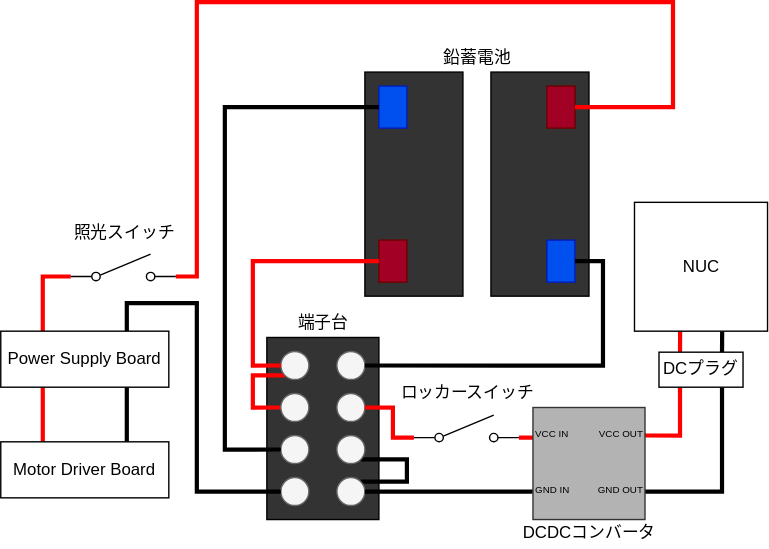
Earlier version of the draw.io export users_manual/images/electrical_connections.drawio.svg (fjnkt98/adamr2_docs). Source tidied: cells renumbered, new cells last; positions are measured from the earlier drawing's top-left corner, leaving out a move shared by most shapes.
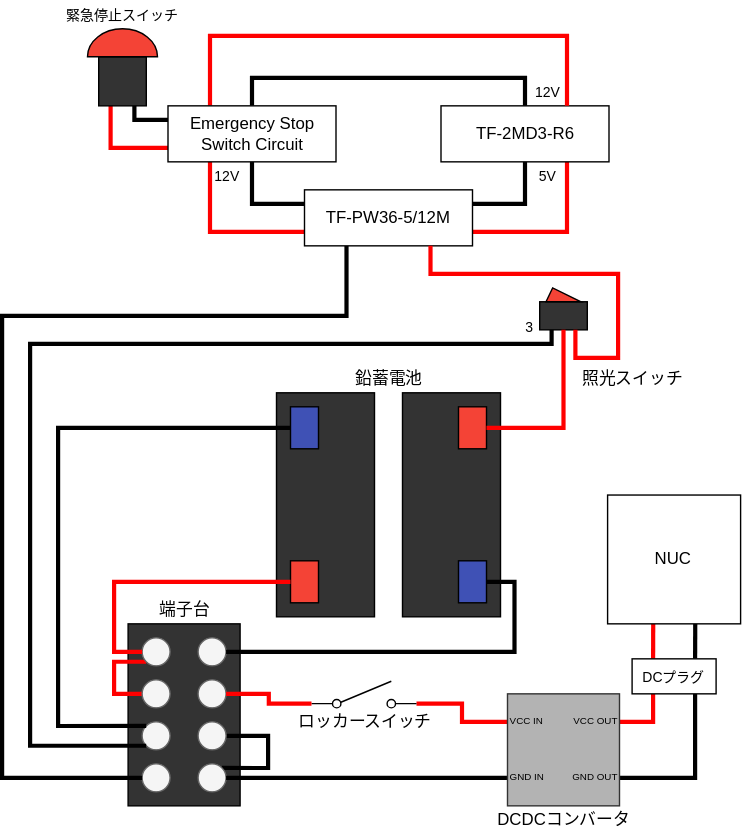
Later version of the same file.

Commit message:
Update: 接続図を最新の状態に更新

緊急停止スイッチ基板を追加し，レイアウトを調整してPDF画像に変更した

What changed in the source:
```diff
@@ -3,37 +3,37 @@
     <mxCell id="0" />
     <mxCell id="1" parent="0" />
     <mxCell id="2" value="鉛蓄電池" style="text;html=1;align=center;verticalAlign=middle;fillColor=none;strokeColor=none;rounded=0;" parent="1" vertex="1">
-      <mxGeometry x="310" y="30" width="60" height="20" as="geometry" />
+      <mxGeometry x="256" y="210" width="60" height="20" as="geometry" />
     </mxCell>
     <mxCell id="3" value="端子台" style="text;html=1;align=center;verticalAlign=middle;fillColor=none;strokeColor=none;rounded=0;" parent="1" vertex="1">
-      <mxGeometry x="205" y="219.5" width="50" height="20" as="geometry" />
+      <mxGeometry x="115" y="375" width="50" height="20" as="geometry" />
     </mxCell>
     <mxCell id="4" style="group;" parent="1" vertex="1">
-      <mxGeometry x="350" y="50" width="70" height="160" as="geometry" />
+      <mxGeometry x="296" y="230" width="70" height="160" as="geometry" />
     </mxCell>
     <mxCell id="5" style="whiteSpace=wrap;html=1;fillColor=#333333;" parent="4" vertex="1">
       <mxGeometry width="70" height="160" as="geometry" />
     </mxCell>
-    <mxCell id="6" style="whiteSpace=wrap;html=1;fillColor=#0050ef;strokeColor=#001DBC;fontColor=#ffffff;" parent="4" vertex="1">
+    <mxCell id="6" style="whiteSpace=wrap;html=1;fontColor=#ffffff;fillColor=#3F51B5;" parent="4" vertex="1">
       <mxGeometry x="40" y="120" width="20" height="30" as="geometry" />
     </mxCell>
-    <mxCell id="7" style="whiteSpace=wrap;html=1;fillColor=#a20025;strokeColor=#6F0000;fontColor=#ffffff;" parent="4" vertex="1">
+    <mxCell id="7" style="whiteSpace=wrap;html=1;fontColor=#ffffff;fillColor=#F44336;" parent="4" vertex="1">
       <mxGeometry x="40" y="10" width="20" height="30" as="geometry" />
     </mxCell>
     <mxCell id="8" style="group;" parent="1" vertex="1">
-      <mxGeometry x="260" y="50" width="70" height="160" as="geometry" />
+      <mxGeometry x="206" y="230" width="70" height="160" as="geometry" />
     </mxCell>
-    <mxCell id="9" style="whiteSpace=wrap;html=1;fillColor=#333333;rotation=-180;" parent="8" vertex="1">
+    <mxCell id="9" style="whiteSpace=wrap;html=1;rotation=-180;fillColor=#333333;" parent="8" vertex="1">
       <mxGeometry width="70" height="160" as="geometry" />
     </mxCell>
-    <mxCell id="10" style="whiteSpace=wrap;html=1;fillColor=#0050ef;strokeColor=#001DBC;fontColor=#ffffff;rotation=-180;" parent="8" vertex="1">
+    <mxCell id="10" style="whiteSpace=wrap;html=1;fontColor=#ffffff;rotation=-180;fillColor=#3F51B5;" parent="8" vertex="1">
       <mxGeometry x="10" y="10" width="20" height="30" as="geometry" />
     </mxCell>
-    <mxCell id="11" style="whiteSpace=wrap;html=1;fillColor=#a20025;strokeColor=#6F0000;fontColor=#ffffff;rotation=-180;" parent="8" vertex="1">
+    <mxCell id="11" style="whiteSpace=wrap;html=1;fontColor=#ffffff;rotation=-180;fillColor=#F44336;" parent="8" vertex="1">
       <mxGeometry x="10" y="120" width="20" height="30" as="geometry" />
     </mxCell>
     <mxCell id="12" style="group;" parent="1" vertex="1">
-      <mxGeometry x="190" y="239.5" width="80" height="130" as="geometry" />
+      <mxGeometry x="100" y="395" width="80" height="130" as="geometry" />
     </mxCell>
     <mxCell id="13" style="group;fillColor=#ffffff;" parent="12" vertex="1">
       <mxGeometry width="80" height="130" as="geometry" />
@@ -47,10 +47,10 @@
     <mxCell id="16" style="ellipse;whiteSpace=wrap;html=1;fillColor=#f5f5f5;strokeColor=#666666;fontColor=#333333;" parent="12" vertex="1">
       <mxGeometry x="50" y="40" width="20" height="20" as="geometry" />
     </mxCell>
-    <mxCell id="17" style="edgeStyle=orthogonalEdgeStyle;rounded=0;jettySize=auto;html=1;exitX=1;exitY=1;exitDx=0;exitDy=0;entryX=1;entryY=0;entryDx=0;entryDy=0;endArrow=none;endFill=0;strokeWidth=3;fontSize=7;" parent="12" edge="1" source="18" target="19">
+    <mxCell id="17" style="edgeStyle=orthogonalEdgeStyle;rounded=0;jettySize=auto;html=1;exitX=1;exitY=0.5;exitDx=0;exitDy=0;entryX=1;entryY=0;entryDx=0;entryDy=0;endArrow=none;endFill=0;strokeWidth=3;fontSize=7;" parent="12" edge="1" source="18" target="19">
       <mxGeometry relative="1" as="geometry">
         <Array as="points">
-          <mxPoint x="100" y="87" />
+          <mxPoint x="100" y="80" />
           <mxPoint x="100" y="103" />
         </Array>
       </mxGeometry>
@@ -82,7 +82,7 @@
       <mxGeometry x="10" y="100" width="20" height="20" as="geometry" />
     </mxCell>
     <mxCell id="25" value="DCDCコンバータ" style="text;html=1;align=center;verticalAlign=middle;fillColor=none;strokeColor=none;rounded=0;" parent="1" vertex="1">
-      <mxGeometry x="365" y="369.5" width="110" height="20" as="geometry" />
+      <mxGeometry x="356" y="525" width="110" height="20" as="geometry" />
     </mxCell>
     <mxCell id="26" style="edgeStyle=orthogonalEdgeStyle;rounded=0;jettySize=auto;html=1;exitX=1;exitY=0.5;exitDx=0;exitDy=0;entryX=0;entryY=0.5;entryDx=0;entryDy=0;endArrow=none;endFill=0;strokeColor=#FF0000;strokeWidth=3;" parent="1" edge="1" source="11" target="21">
       <mxGeometry relative="1" as="geometry" />
@@ -94,58 +94,44 @@
       <mxGeometry relative="1" as="geometry" />
     </mxCell>
     <mxCell id="29" style="verticalLabelPosition=bottom;shadow=0;dashed=0;align=center;html=1;verticalAlign=top;shape=mxgraph.electrical.electro-mechanical.simple_switch;fontSize=10;" parent="1" vertex="1">
-      <mxGeometry x="295" y="295" width="75" height="19" as="geometry" />
+      <mxGeometry x="231" y="436" width="75" height="19" as="geometry" />
     </mxCell>
     <mxCell id="30" style="edgeStyle=orthogonalEdgeStyle;rounded=0;jettySize=auto;html=1;exitX=1;exitY=0.5;exitDx=0;exitDy=0;entryX=0;entryY=0.84;entryDx=0;entryDy=0;entryPerimeter=0;endArrow=none;endFill=0;strokeColor=#FF0000;strokeWidth=3;fontSize=7;" parent="1" edge="1" source="16" target="29">
       <mxGeometry relative="1" as="geometry" />
     </mxCell>
-    <mxCell id="31" style="edgeStyle=orthogonalEdgeStyle;rounded=0;jettySize=auto;html=1;exitX=1;exitY=0.5;exitDx=0;exitDy=0;entryX=0;entryY=0.5;entryDx=0;entryDy=0;endArrow=none;endFill=0;strokeWidth=3;fontSize=7;" parent="1" edge="1" source="10" target="23">
-      <mxGeometry relative="1" as="geometry">
-        <Array as="points">
-          <mxPoint x="160" y="75" />
-          <mxPoint x="160" y="320" />
-        </Array>
-      </mxGeometry>
-    </mxCell>
-    <mxCell id="32" style="edgeStyle=orthogonalEdgeStyle;rounded=0;jettySize=auto;html=1;exitX=0;exitY=0.5;exitDx=0;exitDy=0;endArrow=none;endFill=0;strokeWidth=3;fontSize=7;entryX=0.75;entryY=0;entryDx=0;entryDy=0;" parent="1" edge="1" source="24" target="39">
-      <mxGeometry relative="1" as="geometry">
-        <Array as="points">
-          <mxPoint x="140" y="350" />
-          <mxPoint x="140" y="215" />
-          <mxPoint x="90" y="215" />
-        </Array>
-      </mxGeometry>
-    </mxCell>
     <mxCell id="33" style="edgeStyle=orthogonalEdgeStyle;rounded=0;jettySize=auto;html=1;exitX=1;exitY=0.5;exitDx=0;exitDy=0;entryX=0;entryY=0.75;entryDx=0;entryDy=0;endArrow=none;endFill=0;strokeWidth=3;fontSize=7;" parent="1" edge="1" source="19" target="47">
       <mxGeometry relative="1" as="geometry" />
     </mxCell>
-    <mxCell id="34" style="edgeStyle=orthogonalEdgeStyle;rounded=0;jettySize=auto;html=1;exitX=1;exitY=0.5;exitDx=0;exitDy=0;endArrow=none;endFill=0;strokeWidth=3;fontSize=7;strokeColor=#FF0000;entryX=1;entryY=0.84;entryDx=0;entryDy=0;entryPerimeter=0;" parent="1" edge="1" source="7" target="36">
-      <mxGeometry relative="1" as="geometry">
-        <Array as="points">
-          <mxPoint x="480" y="75" />
-          <mxPoint x="480" />
-          <mxPoint x="140" />
-          <mxPoint x="140" y="196" />
-        </Array>
-      </mxGeometry>
-    </mxCell>
-    <mxCell id="35" style="edgeStyle=orthogonalEdgeStyle;rounded=0;jettySize=auto;html=1;exitX=0;exitY=0.84;exitDx=0;exitDy=0;exitPerimeter=0;entryX=0.25;entryY=0;entryDx=0;entryDy=0;endArrow=none;endFill=0;strokeColor=#FF0000;strokeWidth=3;fontSize=12;" parent="1" edge="1" source="36" target="39">
-      <mxGeometry relative="1" as="geometry" />
-    </mxCell>
-    <mxCell id="36" style="verticalLabelPosition=bottom;shadow=0;dashed=0;align=center;html=1;verticalAlign=top;shape=mxgraph.electrical.electro-mechanical.simple_switch;fontSize=10;" parent="1" vertex="1">
-      <mxGeometry x="50" y="180" width="75" height="19" as="geometry" />
-    </mxCell>
-    <mxCell id="37" style="edgeStyle=orthogonalEdgeStyle;rounded=0;jettySize=auto;html=1;exitX=0.25;exitY=1;exitDx=0;exitDy=0;entryX=0.25;entryY=0;entryDx=0;entryDy=0;endArrow=none;endFill=0;strokeWidth=3;strokeColor=#FF0000;" parent="1" edge="1" source="39" target="54">
-      <mxGeometry relative="1" as="geometry" />
-    </mxCell>
-    <mxCell id="38" style="edgeStyle=orthogonalEdgeStyle;rounded=0;jettySize=auto;html=1;exitX=0.75;exitY=1;exitDx=0;exitDy=0;entryX=0.75;entryY=0;entryDx=0;entryDy=0;endArrow=none;endFill=0;strokeWidth=3;" parent="1" edge="1" source="39" target="54">
-      <mxGeometry relative="1" as="geometry" />
-    </mxCell>
+    <mxCell id="55" style="edgeStyle=orthogonalEdgeStyle;rounded=0;jettySize=auto;html=1;exitX=0.25;exitY=1;exitDx=0;exitDy=0;entryX=0;entryY=0.5;entryDx=0;entryDy=0;endArrow=none;endFill=0;strokeColor=#000000;strokeWidth=3;" parent="1" edge="1" source="39" target="24">
+      <mxGeometry relative="1" as="geometry">
+        <Array as="points">
+          <mxPoint x="256" y="175" />
+          <mxPoint x="10" y="175" />
+          <mxPoint x="10" y="505" />
+        </Array>
+      </mxGeometry>
+    </mxCell>
+    <mxCell id="56" style="edgeStyle=orthogonalEdgeStyle;rounded=0;jettySize=auto;html=1;exitX=1;exitY=0.25;exitDx=0;exitDy=0;entryX=0.5;entryY=1;entryDx=0;entryDy=0;endArrow=none;endFill=0;strokeWidth=3;fontSize=10;" parent="1" edge="1" source="39" target="54">
+      <mxGeometry relative="1" as="geometry" />
+    </mxCell>
+    <mxCell id="57" style="edgeStyle=orthogonalEdgeStyle;rounded=0;jettySize=auto;html=1;exitX=1;exitY=0.75;exitDx=0;exitDy=0;entryX=0.75;entryY=1;entryDx=0;entryDy=0;endArrow=none;endFill=0;strokeColor=#FF0000;strokeWidth=3;fontSize=10;" parent="1" edge="1" source="39" target="54">
+      <mxGeometry relative="1" as="geometry" />
+    </mxCell>
+    <mxCell id="58" style="edgeStyle=orthogonalEdgeStyle;rounded=0;jettySize=auto;html=1;exitX=0;exitY=0.25;exitDx=0;exitDy=0;entryX=0.5;entryY=1;entryDx=0;entryDy=0;endArrow=none;endFill=0;strokeColor=#000000;strokeWidth=3;fontSize=10;" parent="1" edge="1" source="39" target="38">
+      <mxGeometry relative="1" as="geometry" />
+    </mxCell>
+    <mxCell id="59" style="edgeStyle=orthogonalEdgeStyle;rounded=0;jettySize=auto;html=1;exitX=0;exitY=0.75;exitDx=0;exitDy=0;entryX=0.25;entryY=1;entryDx=0;entryDy=0;endArrow=none;endFill=0;strokeWidth=3;fontSize=10;strokeColor=#FF0000;" parent="1" edge="1" source="39" target="38">
+      <mxGeometry relative="1" as="geometry" />
+    </mxCell>
-    <mxCell id="39" value="Power Supply Board" style="whiteSpace=wrap;html=1;fontSize=12;align=center;" parent="1" vertex="1">
-      <mxGeometry y="235" width="120" height="40" as="geometry" />
+    <mxCell id="39" value="TF-PW36-5/12M" style="whiteSpace=wrap;html=1;fontSize=12;align=center;" parent="1" vertex="1">
+      <mxGeometry x="226" y="85" width="120" height="40" as="geometry" />
     </mxCell>
     <mxCell id="40" style="edgeStyle=orthogonalEdgeStyle;rounded=0;jettySize=auto;html=1;exitX=0.25;exitY=1;exitDx=0;exitDy=0;entryX=1;entryY=0.25;entryDx=0;entryDy=0;endArrow=none;endFill=0;strokeColor=#FF0000;strokeWidth=3;fontSize=12;" parent="1" edge="1" source="44" target="47">
-      <mxGeometry relative="1" as="geometry" />
+      <mxGeometry relative="1" as="geometry">
+        <Array as="points">
+          <mxPoint x="475" y="465" />
+        </Array>
+      </mxGeometry>
     </mxCell>
     <mxCell id="41" style="edgeStyle=orthogonalEdgeStyle;rounded=0;jettySize=auto;html=1;exitX=0.75;exitY=1;exitDx=0;exitDy=0;entryX=1;entryY=0.75;entryDx=0;entryDy=0;endArrow=none;endFill=0;strokeWidth=3;fontSize=12;" parent="1" edge="1" source="44" target="47">
       <mxGeometry relative="1" as="geometry" />
@@ -156,14 +142,14 @@
     <mxCell id="43" style="edgeStyle=orthogonalEdgeStyle;rounded=0;jettySize=auto;html=1;exitX=0.75;exitY=0;exitDx=0;exitDy=0;entryX=0.659;entryY=1;entryDx=0;entryDy=0;entryPerimeter=0;endArrow=none;endFill=0;strokeWidth=3;fontSize=12;" parent="1" edge="1" source="44" target="45">
       <mxGeometry relative="1" as="geometry" />
     </mxCell>
-    <mxCell id="44" value="DCプラグ" style="whiteSpace=wrap;html=1;fontSize=12;align=center;" parent="1" vertex="1">
-      <mxGeometry x="470" y="250" width="60" height="25" as="geometry" />
+    <mxCell id="44" value="DCプラグ" style="whiteSpace=wrap;html=1;fontSize=10;align=center;" parent="1" vertex="1">
+      <mxGeometry x="460" y="420" width="60" height="25" as="geometry" />
     </mxCell>
     <mxCell id="45" value="NUC" style="whiteSpace=wrap;html=1;fontSize=12;align=center;" parent="1" vertex="1">
-      <mxGeometry x="452.5" y="143" width="95" height="92" as="geometry" />
+      <mxGeometry x="442.5" y="303" width="95" height="92" as="geometry" />
     </mxCell>
     <mxCell id="46" style="group;" parent="1" vertex="1">
-      <mxGeometry x="380" y="289.5" width="80" height="80" as="geometry" />
+      <mxGeometry x="371" y="445" width="80" height="80" as="geometry" />
     </mxCell>
     <mxCell id="47" style="whiteSpace=wrap;html=1;fontColor=#333333;fillColor=#B3B3B3;strokeColor=#333333;" parent="46" vertex="1">
       <mxGeometry width="80" height="80" as="geometry" />
@@ -180,14 +166,97 @@
     <mxCell id="51" value="GND OUT" style="text;html=1;align=right;verticalAlign=middle;fillColor=none;strokeColor=none;rounded=0;fontSize=7;" parent="46" vertex="1">
       <mxGeometry x="30" y="55" width="50" height="10" as="geometry" />
     </mxCell>
-    <mxCell id="52" value="照光スイッチ" style="text;html=1;align=center;verticalAlign=middle;fillColor=none;strokeColor=none;rounded=0;fontSize=12;" parent="1" vertex="1">
-      <mxGeometry x="42.5" y="155" width="90" height="20" as="geometry" />
-    </mxCell>
     <mxCell id="53" value="ロッカースイッチ" style="text;html=1;align=center;verticalAlign=middle;fillColor=none;strokeColor=none;rounded=0;fontSize=12;" parent="1" vertex="1">
-      <mxGeometry x="277.5" y="269.5" width="110" height="20" as="geometry" />
+      <mxGeometry x="213.5" y="455" width="110" height="20" as="geometry" />
     </mxCell>
-    <mxCell id="54" value="Motor Driver Board" style="whiteSpace=wrap;html=1;fontSize=12;align=center;" parent="1" vertex="1">
-      <mxGeometry y="314" width="120" height="40" as="geometry" />
+    <mxCell id="54" value="TF-2MD3-R6" style="whiteSpace=wrap;html=1;fontSize=12;align=center;" parent="1" vertex="1">
+      <mxGeometry x="323.5" y="25" width="120" height="40" as="geometry" />
     </mxCell>
+    <mxCell id="60" style="edgeStyle=orthogonalEdgeStyle;rounded=0;jettySize=auto;html=1;exitX=0;exitY=0.75;exitDx=0;exitDy=0;entryX=0.25;entryY=1;entryDx=0;entryDy=0;endArrow=none;endFill=0;strokeColor=#FF0000;strokeWidth=3;fontSize=10;" parent="1" edge="1" source="38" target="65">
+      <mxGeometry relative="1" as="geometry" />
+    </mxCell>
+    <mxCell id="61" style="edgeStyle=orthogonalEdgeStyle;rounded=0;jettySize=auto;html=1;exitX=0;exitY=0.25;exitDx=0;exitDy=0;entryX=0.75;entryY=1;entryDx=0;entryDy=0;endArrow=none;endFill=0;strokeWidth=3;fontSize=10;" parent="1" edge="1" source="38" target="65">
+      <mxGeometry relative="1" as="geometry" />
+    </mxCell>
+    <mxCell id="62" style="edgeStyle=orthogonalEdgeStyle;rounded=0;jettySize=auto;html=1;exitX=0.5;exitY=0;exitDx=0;exitDy=0;entryX=0.5;entryY=0;entryDx=0;entryDy=0;endArrow=none;endFill=0;strokeColor=#000000;strokeWidth=3;fontSize=10;" parent="1" edge="1" source="38" target="54">
+      <mxGeometry relative="1" as="geometry" />
+    </mxCell>
+    <mxCell id="63" style="edgeStyle=orthogonalEdgeStyle;rounded=0;jettySize=auto;html=1;exitX=0.25;exitY=0;exitDx=0;exitDy=0;entryX=0.75;entryY=0;entryDx=0;entryDy=0;endArrow=none;endFill=0;strokeWidth=3;fontSize=10;strokeColor=#FF0000;" parent="1" edge="1" source="38" target="54">
+      <mxGeometry relative="1" as="geometry">
+        <Array as="points">
+          <mxPoint x="159" y="-25" />
+          <mxPoint x="414" y="-25" />
+        </Array>
+      </mxGeometry>
+    </mxCell>
+    <mxCell id="38" value="Emergency Stop&lt;br&gt;Switch Circuit" style="whiteSpace=wrap;html=1;fontSize=12;align=center;" parent="1" vertex="1">
+      <mxGeometry x="128.5" y="25" width="120" height="40" as="geometry" />
+    </mxCell>
+    <mxCell id="64" style="group;" parent="1" vertex="1">
+      <mxGeometry x="71" y="-30" width="50" height="55" as="geometry" />
+    </mxCell>
+    <mxCell id="65" style="rounded=0;whiteSpace=wrap;html=1;fillColor=#333333;" parent="64" vertex="1">
+      <mxGeometry x="8" y="20" width="34" height="35" as="geometry" />
+    </mxCell>
+    <mxCell id="66" style="verticalLabelPosition=bottom;verticalAlign=top;html=1;shape=mxgraph.basic.half_circle;fillColor=#f44336;rotation=-180;" parent="64" vertex="1">
+      <mxGeometry width="50" height="20" as="geometry" />
+    </mxCell>
+    <mxCell id="31" style="edgeStyle=orthogonalEdgeStyle;rounded=0;jettySize=auto;html=1;exitX=1;exitY=0.5;exitDx=0;exitDy=0;endArrow=none;endFill=0;strokeWidth=3;entryX=0;entryY=0;entryDx=0;entryDy=0;" parent="1" edge="1" source="10" target="23">
+      <mxGeometry relative="1" as="geometry">
+        <Array as="points">
+          <mxPoint x="50" y="255" />
+          <mxPoint x="50" y="468" />
+        </Array>
+      </mxGeometry>
+    </mxCell>
+    <mxCell id="67" style="edgeStyle=orthogonalEdgeStyle;rounded=0;jettySize=auto;html=1;exitX=0.25;exitY=1;exitDx=0;exitDy=0;entryX=0;entryY=1;entryDx=0;entryDy=0;endArrow=none;endFill=0;strokeColor=#000000;strokeWidth=3;" parent="1" edge="1" source="69" target="23">
+      <mxGeometry relative="1" as="geometry">
+        <Array as="points">
+          <mxPoint x="403" y="195" />
+          <mxPoint x="30" y="195" />
+          <mxPoint x="30" y="482" />
+        </Array>
+      </mxGeometry>
+    </mxCell>
+    <mxCell id="52" value="照光スイッチ" style="text;html=1;align=center;verticalAlign=middle;fillColor=none;strokeColor=none;rounded=0;fontSize=12;" parent="1" vertex="1">
+      <mxGeometry x="415" y="210" width="90" height="20" as="geometry" />
+    </mxCell>
+    <mxCell id="68" style="group;" parent="1" vertex="1">
+      <mxGeometry x="394" y="155" width="34" height="30" as="geometry" />
+    </mxCell>
+    <mxCell id="69" style="rounded=0;whiteSpace=wrap;html=1;fillColor=#333333;" parent="68" vertex="1">
+      <mxGeometry y="9.9" width="34" height="20.1" as="geometry" />
+    </mxCell>
+    <mxCell id="70" style="verticalLabelPosition=bottom;verticalAlign=top;html=1;shape=mxgraph.basic.acute_triangle;dx=0.19;fillColor=#f44336;" parent="68" vertex="1">
+      <mxGeometry x="4.5" width="25" height="9.9" as="geometry" />
+    </mxCell>
+    <mxCell id="71" value="3" style="text;html=1;strokeColor=none;fillColor=none;align=center;verticalAlign=middle;whiteSpace=wrap;rounded=0;fontSize=10;" parent="1" vertex="1">
+      <mxGeometry x="380" y="175" width="14" height="15" as="geometry" />
+    </mxCell>
+    <mxCell id="72" style="edgeStyle=orthogonalEdgeStyle;rounded=0;jettySize=auto;html=1;exitX=0.5;exitY=1;exitDx=0;exitDy=0;entryX=1;entryY=0.5;entryDx=0;entryDy=0;endArrow=none;endFill=0;strokeWidth=3;fontSize=10;strokeColor=#FF0000;" parent="1" edge="1" source="69" target="7">
+      <mxGeometry relative="1" as="geometry" />
+    </mxCell>
+    <mxCell id="73" style="edgeStyle=orthogonalEdgeStyle;rounded=0;jettySize=auto;html=1;exitX=0.75;exitY=1;exitDx=0;exitDy=0;entryX=0.75;entryY=1;entryDx=0;entryDy=0;endArrow=none;endFill=0;strokeColor=#FF0000;strokeWidth=3;fontSize=10;" parent="1" edge="1" source="69" target="39">
+      <mxGeometry relative="1" as="geometry">
+        <Array as="points">
+          <mxPoint x="419" y="205" />
+          <mxPoint x="450" y="205" />
+          <mxPoint x="450" y="145" />
+          <mxPoint x="316" y="145" />
+        </Array>
+      </mxGeometry>
+    </mxCell>
+    <mxCell id="74" value="5V" style="text;html=1;strokeColor=none;fillColor=none;align=center;verticalAlign=middle;whiteSpace=wrap;rounded=0;fontSize=10;" parent="1" vertex="1">
+      <mxGeometry x="380" y="65" width="40" height="20" as="geometry" />
+    </mxCell>
+    <mxCell id="75" value="12V" style="text;html=1;strokeColor=none;fillColor=none;align=center;verticalAlign=middle;whiteSpace=wrap;rounded=0;fontSize=10;" parent="1" vertex="1">
+      <mxGeometry x="151" y="65" width="40" height="20" as="geometry" />
+    </mxCell>
+    <mxCell id="76" value="緊急停止スイッチ" style="text;html=1;strokeColor=none;fillColor=none;align=center;verticalAlign=middle;whiteSpace=wrap;rounded=0;fontSize=10;" parent="1" vertex="1">
+      <mxGeometry x="54" y="-50" width="84" height="20" as="geometry" />
+    </mxCell>
+    <mxCell id="77" value="12V" style="text;html=1;strokeColor=none;fillColor=none;align=center;verticalAlign=middle;whiteSpace=wrap;rounded=0;fontSize=10;" parent="1" vertex="1">
+      <mxGeometry x="380" y="5" width="40" height="20" as="geometry" />
+    </mxCell>
   </root>
 </mxGraphModel>
```
